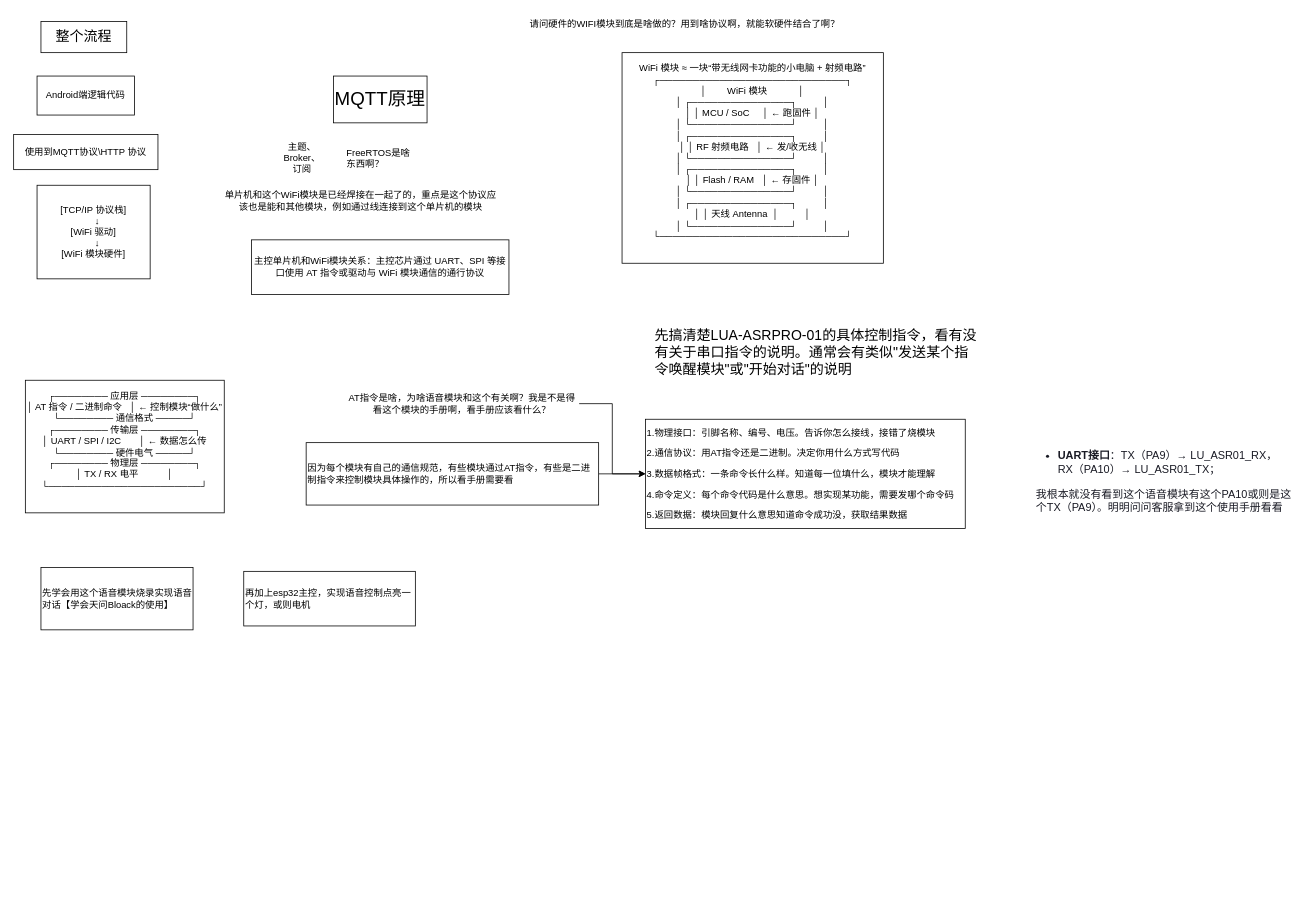
Above: mqtt原理+控制手机端实现发送语音对话请求.drawio in hhhhh15/drawio (draw.io), before the change. Source tidied: cells renumbered, new cells numbered last; positions are measured from the earlier drawing's top-left corner, leaving out a move shared by most shapes. Both pictures are drawn from the tidied source at 78%, with x=0, y=0 at pixel (13, 13).
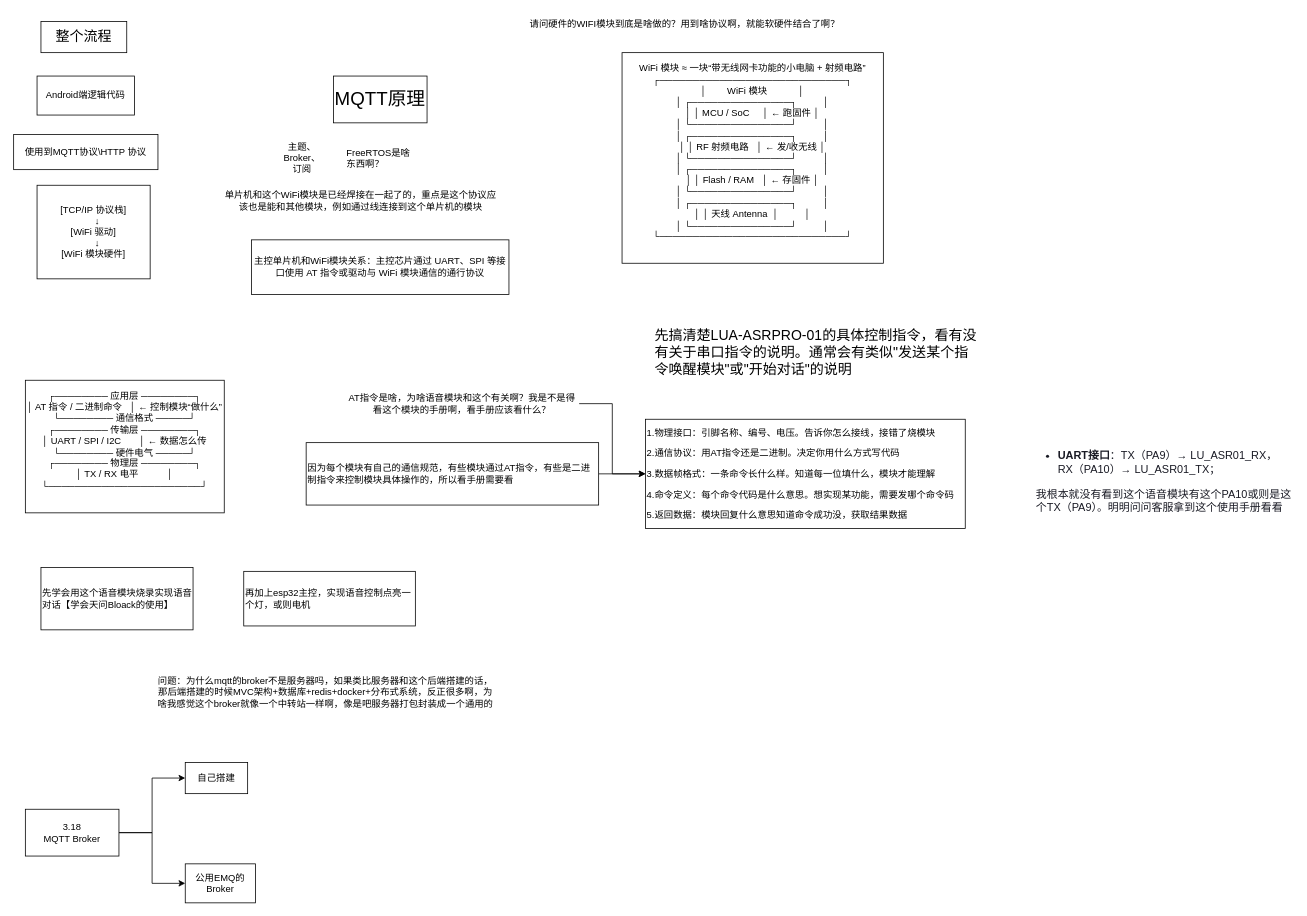
The same diagram, later.

Commit message:
3.18更新mqtt原理+控制手机端实现发送语音对话请求.drawio

The edit, as a diff of the source:
```diff
@@
+    <mxCell id="23" style="edgeStyle=orthogonalEdgeStyle;rounded=0;jettySize=auto;html=1;entryX=0;entryY=0.5;entryDx=0;entryDy=0;" parent="1" edge="1" source="26" target="27">
+      <mxGeometry relative="1" as="geometry" />
+    </mxCell>
+    <mxCell id="24" style="edgeStyle=orthogonalEdgeStyle;rounded=0;jettySize=auto;html=1;entryX=0;entryY=0.5;entryDx=0;entryDy=0;" parent="1" edge="1" source="26" target="28">
+      <mxGeometry relative="1" as="geometry" />
+    </mxCell>
+    <mxCell id="25" value="&lt;p&gt;问题：为什么mqtt的broker不是服务器吗，如果类比服务器和这个后端搭建的话，那后端搭建的时候MVC架构+数据库+redis+docker+分布式系统，反正很多啊，为啥我感觉这个broker就像一个中转站一样啊，像是吧服务器打包封装成一个通用的&lt;/p&gt;" style="text;html=1;whiteSpace=wrap;strokeColor=none;fillColor=none;align=center;verticalAlign=middle;rounded=0;" parent="1" vertex="1">
+      <mxGeometry x="180" y="830" width="440" height="80" as="geometry" />
+    </mxCell>
+    <mxCell id="26" value="3.18&lt;br&gt;MQTT Broker" style="whiteSpace=wrap;html=1;" parent="1" vertex="1">
+      <mxGeometry x="15" y="1020" width="120" height="60" as="geometry" />
+    </mxCell>
+    <mxCell id="27" value="自己搭建" style="whiteSpace=wrap;html=1;" parent="1" vertex="1">
+      <mxGeometry x="220" y="960" width="80" height="40" as="geometry" />
+    </mxCell>
+    <mxCell id="28" value="公用EMQ的Broker" style="whiteSpace=wrap;html=1;" parent="1" vertex="1">
+      <mxGeometry x="220" y="1090" width="90" height="50" as="geometry" />
+    </mxCell>
```
